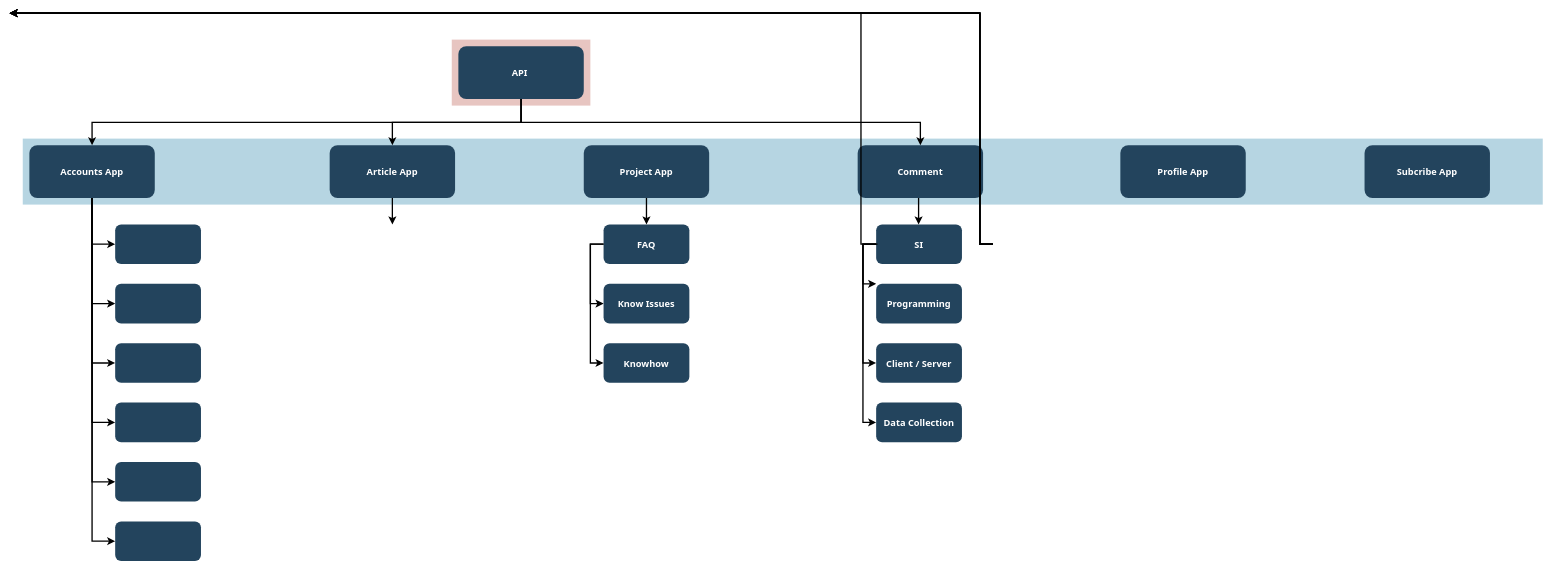
This is Pinterest Diagram.drawio from MinJaehyun/Django-pinterest, a draw.io file, before an edit. Source tidied: cells renumbered, new cells numbered last; positions are measured from the earlier drawing's top-left corner, leaving out a move shared by most shapes. Both pictures are drawn from the tidied source at 66%, with x=0, y=0 at pixel (9, 13).
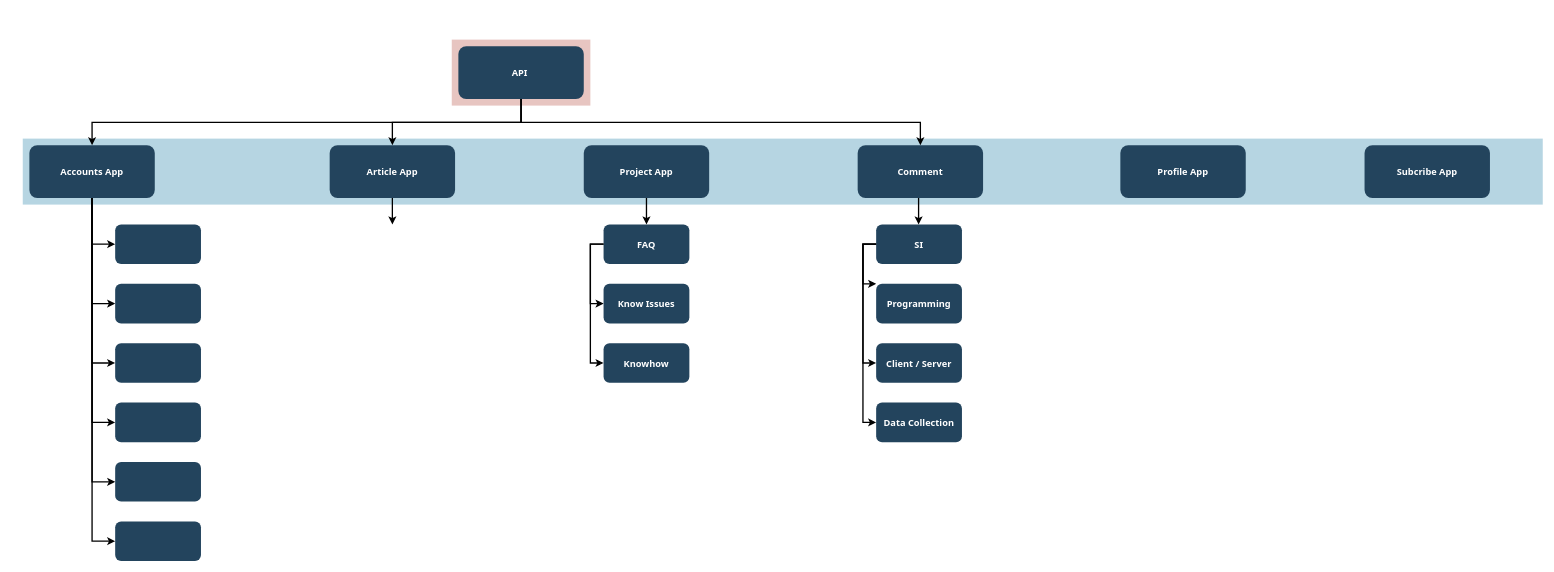
The same page after the edit.

The edit, as a diff of the source:
```diff
@@
-    <mxCell id="36" style="edgeStyle=elbowEdgeStyle;elbow=horizontal;strokeWidth=2;rounded=0;" parent="1" edge="1">
-      <mxGeometry x="-23" y="135.5" as="geometry">
-        <mxPoint x="1315" y="349.5" as="sourcePoint" />
-        <mxPoint y="-0.5" as="targetPoint" />
-        <Array as="points">
-          <mxPoint x="1290" y="489.5" />
-        </Array>
-      </mxGeometry>
-    </mxCell>
-    <mxCell id="37" style="edgeStyle=elbowEdgeStyle;elbow=horizontal;strokeWidth=2;rounded=0;" parent="1" edge="1">
-      <mxGeometry x="-23" y="135.5" as="geometry">
-        <mxPoint x="1490" y="349.5" as="sourcePoint" />
-        <mxPoint y="-0.5" as="targetPoint" />
-        <Array as="points">
-          <mxPoint x="1470" y="399.5" />
-        </Array>
-      </mxGeometry>
-    </mxCell>
-    <mxCell id="38" style="edgeStyle=elbowEdgeStyle;elbow=horizontal;strokeWidth=2;rounded=0;" parent="1" edge="1">
-      <mxGeometry x="-23" y="135.5" as="geometry">
-        <mxPoint x="1490" y="349.5" as="sourcePoint" />
-        <mxPoint y="-0.5" as="targetPoint" />
-        <Array as="points">
-          <mxPoint x="1470" y="439.5" />
-        </Array>
-      </mxGeometry>
-    </mxCell>
-    <mxCell id="39" style="edgeStyle=elbowEdgeStyle;elbow=horizontal;strokeWidth=2;rounded=0;" parent="1" edge="1">
-      <mxGeometry x="-23" y="135.5" as="geometry">
-        <mxPoint x="1490" y="349.5" as="sourcePoint" />
-        <mxPoint y="-0.5" as="targetPoint" />
-        <Array as="points">
-          <mxPoint x="1470" y="489.5" />
-        </Array>
-      </mxGeometry>
-    </mxCell>
-    <mxCell id="40" style="edgeStyle=elbowEdgeStyle;elbow=horizontal;strokeWidth=2;rounded=0;" parent="1" edge="1">
-      <mxGeometry x="-23" y="135.5" as="geometry">
-        <mxPoint x="1490" y="349.5" as="sourcePoint" />
-        <mxPoint y="-0.5" as="targetPoint" />
-        <Array as="points">
-          <mxPoint x="1470" y="539.5" />
-        </Array>
-      </mxGeometry>
-    </mxCell>
-    <mxCell id="41" style="edgeStyle=elbowEdgeStyle;elbow=horizontal;strokeWidth=2;rounded=0;" parent="1" edge="1">
-      <mxGeometry x="-23" y="135.5" as="geometry">
-        <mxPoint x="1490" y="349.5" as="sourcePoint" />
-        <mxPoint y="-0.5" as="targetPoint" />
-        <Array as="points">
-          <mxPoint x="1470" y="589.5" />
-        </Array>
-      </mxGeometry>
-    </mxCell>
-    <mxCell id="42" style="edgeStyle=elbowEdgeStyle;elbow=horizontal;strokeWidth=2;rounded=0;" parent="1" edge="1">
-      <mxGeometry x="-23" y="135.5" as="geometry">
-        <mxPoint x="1490" y="349.5" as="sourcePoint" />
-        <mxPoint y="-0.5" as="targetPoint" />
-        <Array as="points">
-          <mxPoint x="1470" y="629.5" />
-        </Array>
-      </mxGeometry>
-    </mxCell>
```
